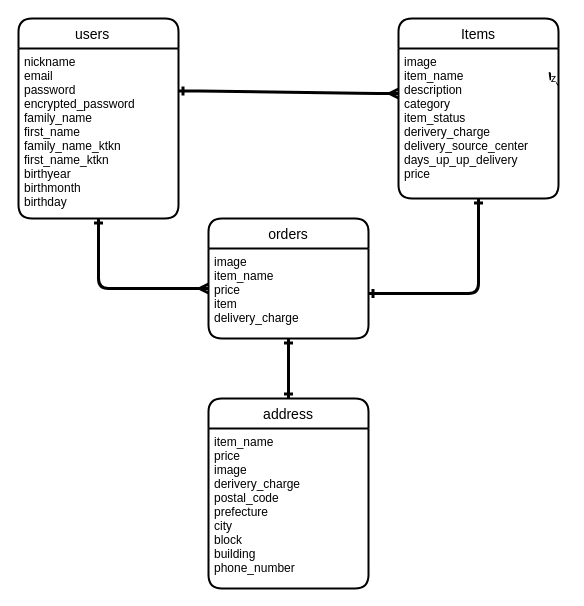
Before: ER.dio in cnt1997/furima-37213, a draw.io diagram. Source tidied: cells renumbered, new cells numbered last; positions are measured from the earlier drawing's top-left corner, leaving out a move shared by most shapes. Both pictures are drawn from the tidied source at 100%, with x=0, y=0 at pixel (18, 18).
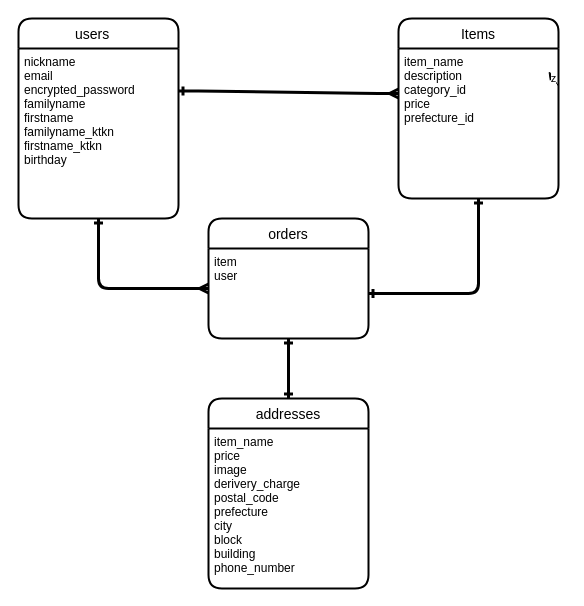
The same page after the edit.

Commit message (it also covers changes not shown here):
データベース設計修正

The edit, as a diff of the source:
```diff
@@
 <mxGraphModel>
   <root>
     <mxCell id="0" />
     <mxCell id="1" parent="0" />
     <mxCell id="2" value="users   " style="swimlane;horizontal=1;startSize=30;rounded=1;fontSize=14;fontStyle=0;strokeWidth=2;shadow=0;dashed=0;align=center;" parent="1" vertex="1">
       <mxGeometry width="160" height="200" as="geometry" />
     </mxCell>
-    <mxCell id="3" value="nickname&#10;email&#10;password&#10;encrypted_password&#10;family_name&#10;first_name&#10;family_name_ktkn&#10;first_name_ktkn&#10;birthyear&#10;birthmonth&#10;birthday" style="align=left;strokeColor=none;fillColor=none;spacingLeft=4;fontSize=12;verticalAlign=top;" parent="2" vertex="1">
+    <mxCell id="3" value="nickname&#10;email&#10;encrypted_password&#10;familyname&#10;firstname&#10;familyname_ktkn&#10;firstname_ktkn&#10;birthday" style="align=left;strokeColor=none;fillColor=none;spacingLeft=4;fontSize=12;verticalAlign=top;" parent="2" vertex="1">
       <mxGeometry y="30" width="160" height="170" as="geometry" />
     </mxCell>
     <mxCell id="4" value="Items" style="swimlane;horizontal=1;startSize=30;rounded=1;fontSize=14;fontStyle=0;strokeWidth=2;shadow=0;dashed=0;align=center;" parent="1" vertex="1">
       <mxGeometry x="380" width="160" height="180" as="geometry" />
     </mxCell>
-    <mxCell id="5" value="image&#10;item_name&#10;description&#10;category&#10;item_status&#10;derivery_charge&#10;delivery_source_center&#10;days_up_up_delivery&#10;price&#10;" style="align=left;strokeColor=none;fillColor=none;spacingLeft=4;fontSize=12;verticalAlign=top;" parent="4" vertex="1">
+    <mxCell id="5" value="item_name&#10;description&#10;category_id&#10;price&#10;prefecture_id" style="align=left;strokeColor=none;fillColor=none;spacingLeft=4;fontSize=12;verticalAlign=top;" parent="4" vertex="1">
       <mxGeometry y="30" width="160" height="150" as="geometry" />
     </mxCell>
     <mxCell id="6" style="edgeStyle=entityRelationEdgeStyle;fontSize=12;html=1;endArrow=ERmany;exitX=1;exitY=0.25;exitDx=0;exitDy=0;targetPerimeterSpacing=5;sourcePerimeterSpacing=5;endSize=5;startSize=5;strokeWidth=3;startArrow=ERone;startFill=0;" parent="1" edge="1" source="3">
       <mxGeometry relative="1" as="geometry">
         <mxPoint x="380" y="75" as="targetPoint" />
       </mxGeometry>
     </mxCell>
     <mxCell id="7" value="z" style="edgeStyle=none;html=1;exitX=1;exitY=0.25;exitDx=0;exitDy=0;targetPerimeterSpacing=6;" parent="1" edge="1" source="5">
       <mxGeometry relative="1" as="geometry">
         <mxPoint x="530" y="53" as="targetPoint" />
       </mxGeometry>
     </mxCell>
     <mxCell id="8" value="orders" style="swimlane;horizontal=1;startSize=30;rounded=1;fontSize=14;fontStyle=0;strokeWidth=2;shadow=0;dashed=0;align=center;" parent="1" vertex="1">
       <mxGeometry x="190" y="200" width="160" height="120" as="geometry" />
     </mxCell>
-    <mxCell id="9" value="image&#10;item_name&#10;price&#10;item&#10;delivery_charge" style="align=left;strokeColor=none;fillColor=none;spacingLeft=4;fontSize=12;verticalAlign=top;" parent="8" vertex="1">
+    <mxCell id="9" value="item&#10;user" style="align=left;strokeColor=none;fillColor=none;spacingLeft=4;fontSize=12;verticalAlign=top;" parent="8" vertex="1">
       <mxGeometry y="30" width="160" height="90" as="geometry" />
     </mxCell>
-    <mxCell id="10" value="address" style="swimlane;horizontal=1;startSize=30;rounded=1;fontSize=14;fontStyle=0;strokeWidth=2;shadow=0;dashed=0;align=center;" parent="1" vertex="1">
+    <mxCell id="10" value="addresses" style="swimlane;horizontal=1;startSize=30;rounded=1;fontSize=14;fontStyle=0;strokeWidth=2;shadow=0;dashed=0;align=center;" parent="1" vertex="1">
       <mxGeometry x="190" y="380" width="160" height="190" as="geometry" />
     </mxCell>
     <mxCell id="11" value="item_name&#10;price&#10;image&#10;derivery_charge&#10;postal_code&#10;prefecture&#10;city&#10;block&#10;building&#10;phone_number" style="align=left;strokeColor=none;fillColor=none;spacingLeft=4;fontSize=12;verticalAlign=top;" parent="10" vertex="1">
       <mxGeometry y="30" width="160" height="160" as="geometry" />
     </mxCell>
     <mxCell id="12" style="fontSize=12;html=1;endArrow=ERone;endFill=1;startSize=5;endSize=5;sourcePerimeterSpacing=5;targetPerimeterSpacing=5;strokeWidth=3;exitX=1;exitY=0.5;exitDx=0;exitDy=0;entryX=0.5;entryY=1;entryDx=0;entryDy=0;startArrow=ERone;startFill=0;" parent="1" edge="1" source="9" target="5">
       <mxGeometry relative="1" as="geometry">
         <Array as="points">
           <mxPoint x="460" y="275" />
         </Array>
       </mxGeometry>
     </mxCell>
     <mxCell id="13" style="fontSize=12;html=1;endArrow=ERmany;startSize=5;endSize=5;sourcePerimeterSpacing=5;targetPerimeterSpacing=5;strokeWidth=3;exitX=0.5;exitY=1;exitDx=0;exitDy=0;startArrow=ERone;startFill=0;" parent="1" edge="1" source="3">
       <mxGeometry relative="1" as="geometry">
         <mxPoint x="190" y="270" as="targetPoint" />
         <Array as="points">
           <mxPoint x="80" y="270" />
         </Array>
       </mxGeometry>
     </mxCell>
     <mxCell id="14" style="fontSize=12;html=1;endArrow=ERone;endFill=1;startSize=5;endSize=5;sourcePerimeterSpacing=5;targetPerimeterSpacing=5;strokeWidth=3;exitX=0.5;exitY=1;exitDx=0;exitDy=0;entryX=0.5;entryY=0;entryDx=0;entryDy=0;startArrow=ERone;startFill=0;" parent="1" edge="1" source="9" target="10">
       <mxGeometry relative="1" as="geometry" />
     </mxCell>
   </root>
 </mxGraphModel>
```
